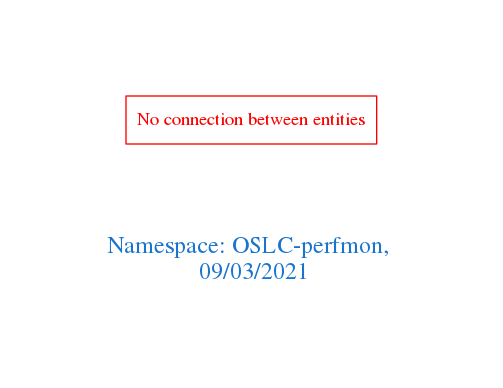
Earlier version of the Graphviz export downloads/OSLC-perfmon.png (arago/OGIT). Its source is kept beside it as downloads/OSLC-perfmon.dot.
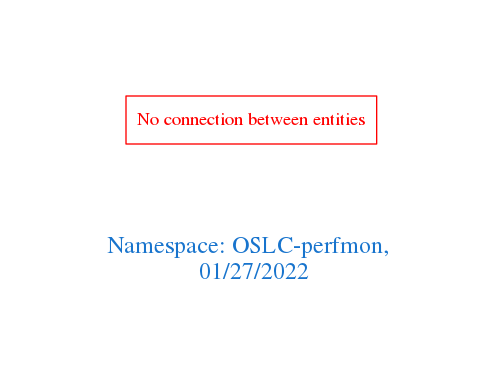
The same diagram one commit later.

The edit, as a diff of the source:
```diff
@@ -1,7 +1,7 @@
 digraph OGIT_ontology {
  graph [ rankdir= LR,pad=1
 fontsize = 18,
-fontcolor= dodgerblue3,label = "\n\n\nNamespace: OSLC-perfmon, \n 09/03/2021"];
+fontcolor= dodgerblue3,label = "\n\n\nNamespace: OSLC-perfmon, \n 01/27/2022"];
 node[shape=polygon];
 edge [  color="gray81"];
 
```
